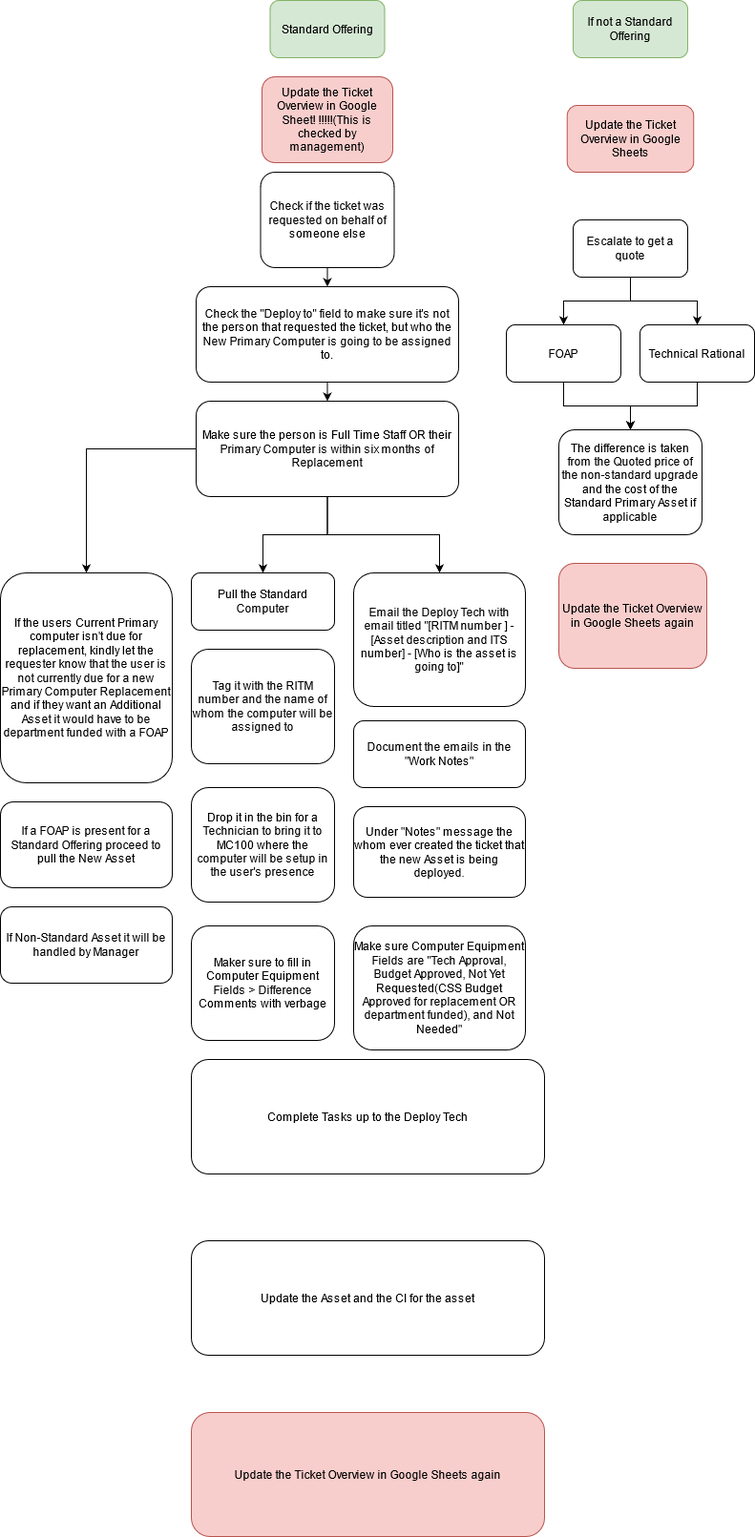
Above: Untitled Diagram.drawio.png in KevinWongCS/USFUSF (draw.io), before the change. Source tidied: cells renumbered, new cells last; positions are measured from the earlier drawing's top-left corner, leaving out a move shared by most shapes.
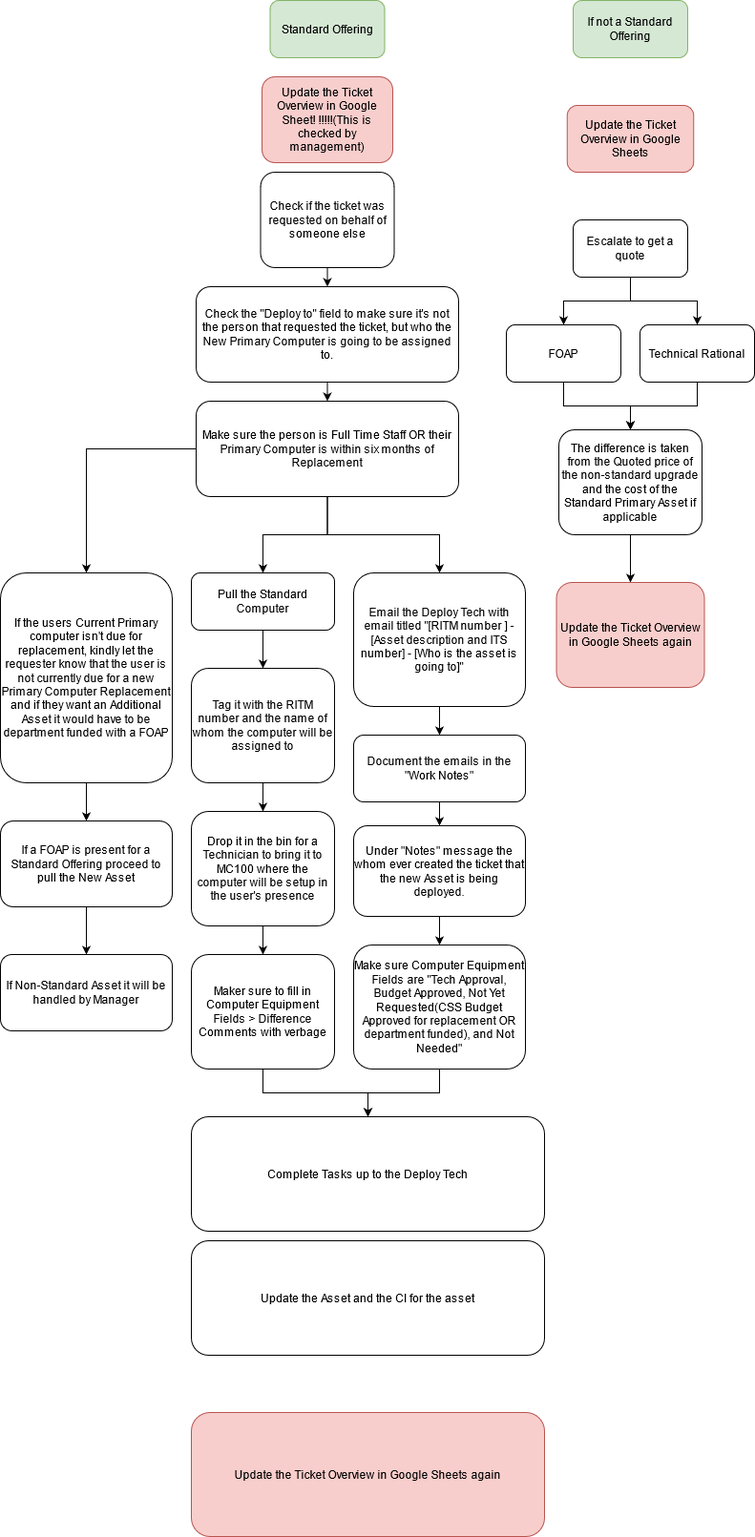
Above is the later version.

What changed in the source:
```diff
@@ -19,11 +19,17 @@
     <mxCell id="6" value="Check the &quot;Deploy to&quot; field to make sure it's not the person that requested the ticket, but who the New Primary Computer is going to be assigned to." style="rounded=1;whiteSpace=wrap;html=1;" parent="1" vertex="1">
       <mxGeometry x="205" y="300" width="275" height="100" as="geometry" />
     </mxCell>
+    <mxCell id="37" style="edgeStyle=orthogonalEdgeStyle;rounded=0;jettySize=auto;html=1;" parent="1" edge="1" source="7" target="8">
+      <mxGeometry relative="1" as="geometry" />
+    </mxCell>
     <mxCell id="7" value="Pull the Standard Computer" style="rounded=1;whiteSpace=wrap;html=1;" parent="1" vertex="1">
       <mxGeometry x="200" y="600" width="150" height="60" as="geometry" />
     </mxCell>
+    <mxCell id="38" style="edgeStyle=orthogonalEdgeStyle;rounded=0;jettySize=auto;html=1;" parent="1" edge="1" source="8" target="14">
+      <mxGeometry relative="1" as="geometry" />
+    </mxCell>
     <mxCell id="8" value="Tag it with the RITM number and the name of whom the computer will be assigned to" style="rounded=1;whiteSpace=wrap;html=1;" parent="1" vertex="1">
-      <mxGeometry x="200" y="680" width="150" height="120" as="geometry" />
+      <mxGeometry x="200" y="700" width="150" height="120" as="geometry" />
     </mxCell>
     <mxCell id="9" value="Update the Ticket Overview in Google Sheet! !!!!!(This is checked by management)" style="rounded=1;whiteSpace=wrap;html=1;fillColor=#f8cecc;strokeColor=#b85450;" parent="1" vertex="1">
       <mxGeometry x="274" y="80" width="137" height="90" as="geometry" />
@@ -40,17 +46,29 @@
     <mxCell id="13" value="Make sure the person is Full Time Staff OR their Primary Computer is within six months of Replacement " style="rounded=1;whiteSpace=wrap;html=1;" parent="1" vertex="1">
       <mxGeometry x="205" y="420" width="275" height="100" as="geometry" />
     </mxCell>
+    <mxCell id="39" style="edgeStyle=orthogonalEdgeStyle;rounded=0;jettySize=auto;html=1;" parent="1" edge="1" source="14" target="31">
+      <mxGeometry relative="1" as="geometry" />
+    </mxCell>
     <mxCell id="14" value="Drop it in the bin for a Technician to bring it to MC100 where the computer will be setup in the user's presence" style="rounded=1;whiteSpace=wrap;html=1;" parent="1" vertex="1">
-      <mxGeometry x="200" y="825" width="150" height="120" as="geometry" />
+      <mxGeometry x="200" y="850" width="150" height="120" as="geometry" />
     </mxCell>
+    <mxCell id="40" style="edgeStyle=orthogonalEdgeStyle;rounded=0;jettySize=auto;html=1;" parent="1" edge="1" source="15" target="28">
+      <mxGeometry relative="1" as="geometry" />
+    </mxCell>
     <mxCell id="15" value="If the users Current Primary computer isn't due for replacement, kindly let the requester know that the user is not currently due for a new Primary Computer Replacement and if they want an Additional Asset it would have to be department funded with a FOAP" style="rounded=1;whiteSpace=wrap;html=1;" parent="1" vertex="1">
       <mxGeometry y="600" width="180" height="220" as="geometry" />
     </mxCell>
+    <mxCell id="41" style="edgeStyle=orthogonalEdgeStyle;rounded=0;jettySize=auto;html=1;" parent="1" edge="1" source="16" target="17">
+      <mxGeometry relative="1" as="geometry" />
+    </mxCell>
     <mxCell id="16" value="Email the Deploy Tech with email titled &quot;[RITM number ] - [Asset description and ITS number] - [Who is the asset is going to]&quot;" style="rounded=1;whiteSpace=wrap;html=1;" parent="1" vertex="1">
       <mxGeometry x="370" y="600" width="180" height="140" as="geometry" />
     </mxCell>
+    <mxCell id="42" style="edgeStyle=orthogonalEdgeStyle;rounded=0;jettySize=auto;html=1;" parent="1" edge="1" source="17" target="27">
+      <mxGeometry relative="1" as="geometry" />
+    </mxCell>
     <mxCell id="17" value="Document the emails in the &quot;Work Notes&quot; " style="rounded=1;whiteSpace=wrap;html=1;" parent="1" vertex="1">
-      <mxGeometry x="370" y="755" width="180" height="70" as="geometry" />
+      <mxGeometry x="370" y="770" width="180" height="70" as="geometry" />
     </mxCell>
     <mxCell id="18" style="edgeStyle=orthogonalEdgeStyle;rounded=0;jettySize=auto;html=1;exitX=0.5;exitY=1;exitDx=0;exitDy=0;entryX=0.5;entryY=0;entryDx=0;entryDy=0;" parent="1" edge="1" source="20" target="22">
       <mxGeometry relative="1" as="geometry" />
@@ -73,29 +91,44 @@
     <mxCell id="24" value="Technical Rational" style="rounded=1;whiteSpace=wrap;html=1;" parent="1" vertex="1">
       <mxGeometry x="670" y="340" width="120" height="60" as="geometry" />
     </mxCell>
+    <mxCell id="43" style="edgeStyle=orthogonalEdgeStyle;rounded=0;jettySize=auto;html=1;" parent="1" edge="1" source="25" target="35">
+      <mxGeometry relative="1" as="geometry" />
+    </mxCell>
     <mxCell id="25" value="The difference is taken from the Quoted price of the non-standard upgrade and the cost of the Standard Primary Asset if applicable" style="rounded=1;whiteSpace=wrap;html=1;" parent="1" vertex="1">
       <mxGeometry x="585" y="450" width="150" height="110" as="geometry" />
     </mxCell>
     <mxCell id="26" value="If not a Standard Offering " style="rounded=1;whiteSpace=wrap;html=1;fillColor=#d5e8d4;strokeColor=#82b366;" parent="1" vertex="1">
       <mxGeometry x="600" width="120" height="60" as="geometry" />
     </mxCell>
+    <mxCell id="44" style="edgeStyle=orthogonalEdgeStyle;rounded=0;jettySize=auto;html=1;" parent="1" edge="1" source="27" target="32">
+      <mxGeometry relative="1" as="geometry" />
+    </mxCell>
     <mxCell id="27" value="Under &quot;Notes&quot; message the whom ever created the ticket that the new Asset is being deployed." style="rounded=1;whiteSpace=wrap;html=1;" parent="1" vertex="1">
-      <mxGeometry x="370" y="845" width="180" height="95" as="geometry" />
+      <mxGeometry x="370" y="865" width="180" height="95" as="geometry" />
     </mxCell>
+    <mxCell id="45" style="edgeStyle=orthogonalEdgeStyle;rounded=0;jettySize=auto;html=1;" parent="1" edge="1" source="28" target="29">
+      <mxGeometry relative="1" as="geometry" />
+    </mxCell>
     <mxCell id="28" value="If a FOAP is present for a Standard Offering proceed to pull the New Asset " style="rounded=1;whiteSpace=wrap;html=1;" parent="1" vertex="1">
-      <mxGeometry y="840" width="180" height="90" as="geometry" />
+      <mxGeometry y="860" width="180" height="90" as="geometry" />
     </mxCell>
     <mxCell id="29" value="If Non-Standard Asset it will be handled by Manager" style="rounded=1;whiteSpace=wrap;html=1;" parent="1" vertex="1">
-      <mxGeometry y="950" width="180" height="80" as="geometry" />
+      <mxGeometry y="1000" width="180" height="80" as="geometry" />
     </mxCell>
     <mxCell id="30" value="Complete Tasks up to the Deploy Tech" style="rounded=1;whiteSpace=wrap;html=1;" parent="1" vertex="1">
-      <mxGeometry x="200" y="1110" width="370" height="120" as="geometry" />
+      <mxGeometry x="200" y="1170" width="370" height="120" as="geometry" />
     </mxCell>
+    <mxCell id="46" style="edgeStyle=orthogonalEdgeStyle;rounded=0;jettySize=auto;html=1;" parent="1" edge="1" source="31" target="30">
+      <mxGeometry relative="1" as="geometry" />
+    </mxCell>
     <mxCell id="31" value="Maker sure to fill in Computer Equipment Fields &amp;gt; Difference Comments with verbage" style="rounded=1;whiteSpace=wrap;html=1;" parent="1" vertex="1">
-      <mxGeometry x="200" y="970" width="150" height="120" as="geometry" />
+      <mxGeometry x="200" y="1000" width="150" height="120" as="geometry" />
     </mxCell>
+    <mxCell id="47" style="edgeStyle=orthogonalEdgeStyle;rounded=0;jettySize=auto;html=1;" parent="1" edge="1" source="32" target="30">
+      <mxGeometry relative="1" as="geometry" />
+    </mxCell>
     <mxCell id="32" value="Make sure Computer Equipment Fields are &quot;Tech Approval, Budget Approved, Not Yet Requested(CSS Budget Approved for replacement OR department funded), and Not Needed&quot;" style="rounded=1;whiteSpace=wrap;html=1;" parent="1" vertex="1">
-      <mxGeometry x="370" y="970" width="180" height="130" as="geometry" />
+      <mxGeometry x="370" y="990" width="180" height="130" as="geometry" />
     </mxCell>
     <mxCell id="33" value="Update the Ticket Overview in Google Sheets again" style="rounded=1;whiteSpace=wrap;html=1;fillColor=#f8cecc;strokeColor=#b85450;" parent="1" vertex="1">
       <mxGeometry x="200" y="1480" width="370" height="130" as="geometry" />
@@ -104,7 +137,7 @@
       <mxGeometry x="593.8" y="110" width="132.5" height="70" as="geometry" />
     </mxCell>
     <mxCell id="35" value="Update the Ticket Overview in Google Sheets again" style="rounded=1;whiteSpace=wrap;html=1;fillColor=#f8cecc;strokeColor=#b85450;" parent="1" vertex="1">
-      <mxGeometry x="585" y="590" width="155" height="110" as="geometry" />
+      <mxGeometry x="582.5" y="610" width="155" height="110" as="geometry" />
     </mxCell>
     <mxCell id="36" value="Update the Asset and the CI for the asset " style="rounded=1;whiteSpace=wrap;html=1;" parent="1" vertex="1">
       <mxGeometry x="200" y="1300" width="370" height="120" as="geometry" />
```
